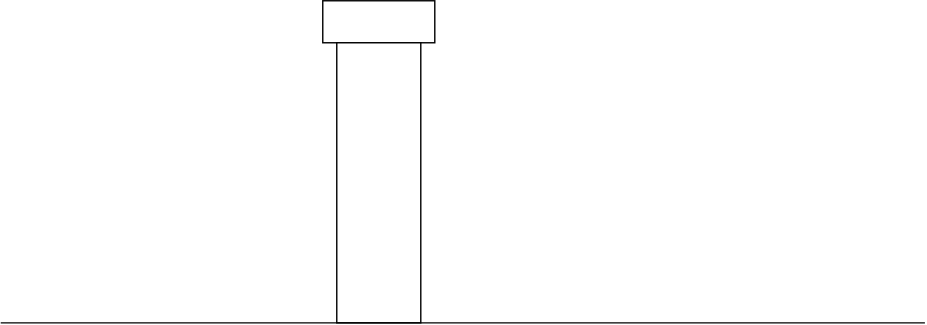
This is LiDAR_Shadow.drawio.svg from orjano-max/ORJANOS_MASTER_REPO, a draw.io export, as it was before one commit. Source tidied: cells renumbered, new cells last; positions are measured from the earlier drawing's top-left corner, leaving out a move shared by most shapes.
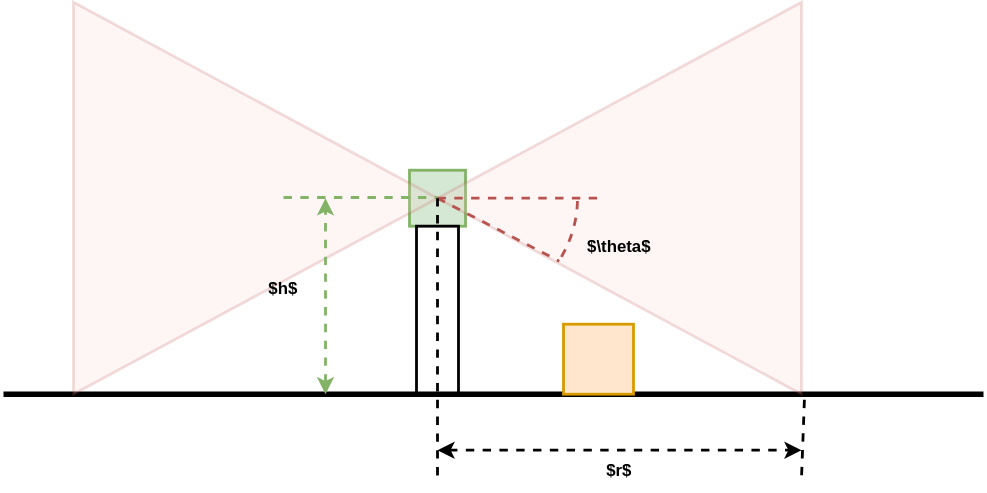
After the change.

Change to the diagram source:
```diff
@@ -2,17 +2,75 @@
   <root>
     <mxCell id="0" />
     <mxCell id="1" parent="0" />
-    <mxCell id="2" style="rounded=0;whiteSpace=wrap;html=1;" parent="1" vertex="1">
-      <mxGeometry x="230" width="80" height="30" as="geometry" />
+    <mxCell id="2" style="rounded=0;whiteSpace=wrap;html=1;fillColor=#d5e8d4;strokeColor=#82b366;strokeWidth=2;" parent="1" vertex="1">
+      <mxGeometry x="330" y="70" width="40" height="40" as="geometry" />
     </mxCell>
-    <mxCell id="3" style="rounded=0;whiteSpace=wrap;html=1;" parent="1" vertex="1">
-      <mxGeometry x="240" y="30" width="60" height="200" as="geometry" />
+    <mxCell id="3" style="rounded=0;whiteSpace=wrap;html=1;strokeWidth=2;" parent="1" vertex="1">
+      <mxGeometry x="335" y="110" width="30" height="120" as="geometry" />
     </mxCell>
-    <mxCell id="4" style="endArrow=none;html=1;rounded=0;" parent="1" edge="1">
+    <mxCell id="4" style="endArrow=none;html=1;rounded=0;strokeWidth=4;" parent="1" edge="1">
       <mxGeometry relative="1" as="geometry">
-        <mxPoint y="230" as="sourcePoint" />
-        <mxPoint x="660" y="230" as="targetPoint" />
+        <mxPoint x="40" y="230" as="sourcePoint" />
+        <mxPoint x="740" y="230" as="targetPoint" />
       </mxGeometry>
     </mxCell>
+    <mxCell id="5" value="&lt;p style=&quot;line-height: 120%;&quot;&gt;&lt;br&gt;&lt;/p&gt;" style="triangle;whiteSpace=wrap;html=1;fillColor=#f8cecc;strokeColor=#b85450;opacity=20;strokeWidth=2;" parent="1" vertex="1">
+      <mxGeometry x="90" y="-50" width="260" height="280" as="geometry" />
+    </mxCell>
+    <mxCell id="6" style="triangle;whiteSpace=wrap;html=1;rotation=180;fillColor=#f8cecc;strokeColor=#b85450;opacity=20;strokeWidth=2;" parent="1" vertex="1">
+      <mxGeometry x="350" y="-50" width="260" height="280" as="geometry" />
+    </mxCell>
+    <mxCell id="7" style="endArrow=none;dashed=1;html=1;rounded=0;exitX=1;exitY=0.5;exitDx=0;exitDy=0;strokeWidth=2;fillColor=#f8cecc;strokeColor=#b85450;" parent="1" edge="1" source="6">
+      <mxGeometry relative="1" as="geometry">
+        <mxPoint x="470" y="90" as="targetPoint" />
+      </mxGeometry>
+    </mxCell>
+    <mxCell id="8" style="endArrow=classic;dashed=1;html=1;rounded=0;strokeWidth=2;fillColor=#d5e8d4;strokeColor=#82b366;startArrow=classic;startFill=1;endFill=1;" parent="1" edge="1">
+      <mxGeometry relative="1" as="geometry">
+        <mxPoint x="270" y="230" as="sourcePoint" />
+        <mxPoint x="270" y="90" as="targetPoint" />
+      </mxGeometry>
+    </mxCell>
+    <mxCell id="9" style="endArrow=none;html=1;rounded=0;fillColor=#d5e8d4;strokeColor=#82b366;strokeWidth=2;dashed=1;" parent="1" edge="1">
+      <mxGeometry relative="1" as="geometry">
+        <mxPoint x="240" y="89.5" as="sourcePoint" />
+        <mxPoint x="350" y="89.5" as="targetPoint" />
+      </mxGeometry>
+    </mxCell>
+    <mxCell id="10" style="whiteSpace=wrap;html=1;strokeWidth=2;fillColor=#ffe6cc;strokeColor=#d79b00;" parent="1" vertex="1">
+      <mxGeometry x="440" y="180" width="50" height="50" as="geometry" />
+    </mxCell>
+    <mxCell id="11" style="verticalLabelPosition=bottom;verticalAlign=top;html=1;shape=mxgraph.basic.arc;startAngle=0.2534593451854677;endAngle=0.3360104348113153;strokeWidth=2;fillColor=#f8cecc;strokeColor=#b85450;dashed=1;" parent="1" vertex="1">
+      <mxGeometry x="250" width="200" height="180" as="geometry" />
+    </mxCell>
+    <mxCell id="12" style="endArrow=none;dashed=1;html=1;rounded=0;exitX=1;exitY=0.5;exitDx=0;exitDy=0;strokeWidth=2;fillColor=#f8cecc;strokeColor=#b85450;entryX=0.935;entryY=0.75;entryDx=0;entryDy=0;entryPerimeter=0;" parent="1" edge="1" source="6" target="11">
+      <mxGeometry relative="1" as="geometry" />
+    </mxCell>
+    <mxCell id="13" style="endArrow=none;dashed=1;html=1;rounded=0;strokeWidth=2;" parent="1" edge="1">
+      <mxGeometry relative="1" as="geometry">
+        <mxPoint x="350" y="90" as="sourcePoint" />
+        <mxPoint x="350" y="290" as="targetPoint" />
+      </mxGeometry>
+    </mxCell>
+    <mxCell id="14" style="endArrow=none;dashed=1;html=1;rounded=0;strokeWidth=2;exitX=-0.008;exitY=-0.014;exitDx=0;exitDy=0;exitPerimeter=0;" parent="1" edge="1" source="6">
+      <mxGeometry relative="1" as="geometry">
+        <mxPoint x="610" y="290" as="targetPoint" />
+      </mxGeometry>
+    </mxCell>
+    <mxCell id="15" style="endArrow=classic;dashed=1;html=1;rounded=0;strokeWidth=2;startArrow=classic;startFill=1;endFill=1;" parent="1" edge="1">
+      <mxGeometry relative="1" as="geometry">
+        <mxPoint x="350" y="270" as="sourcePoint" />
+        <mxPoint x="610" y="270" as="targetPoint" />
+      </mxGeometry>
+    </mxCell>
+    <mxCell id="16" value="$r$" style="text;html=1;strokeColor=none;fillColor=none;align=center;verticalAlign=middle;whiteSpace=wrap;rounded=0;fontStyle=1;" parent="1" vertex="1">
+      <mxGeometry x="450" y="270" width="60" height="30" as="geometry" />
+    </mxCell>
+    <mxCell id="17" value="$h$" style="text;html=1;strokeColor=none;fillColor=none;align=center;verticalAlign=middle;whiteSpace=wrap;rounded=0;fontStyle=1;" parent="1" vertex="1">
+      <mxGeometry x="210" y="140" width="60" height="30" as="geometry" />
+    </mxCell>
+    <mxCell id="18" value="$\theta$" style="text;html=1;strokeColor=none;fillColor=none;align=center;verticalAlign=middle;whiteSpace=wrap;rounded=0;fontStyle=1;" parent="1" vertex="1">
+      <mxGeometry x="450" y="110" width="60" height="30" as="geometry" />
+    </mxCell>
   </root>
 </mxGraphModel>
```
